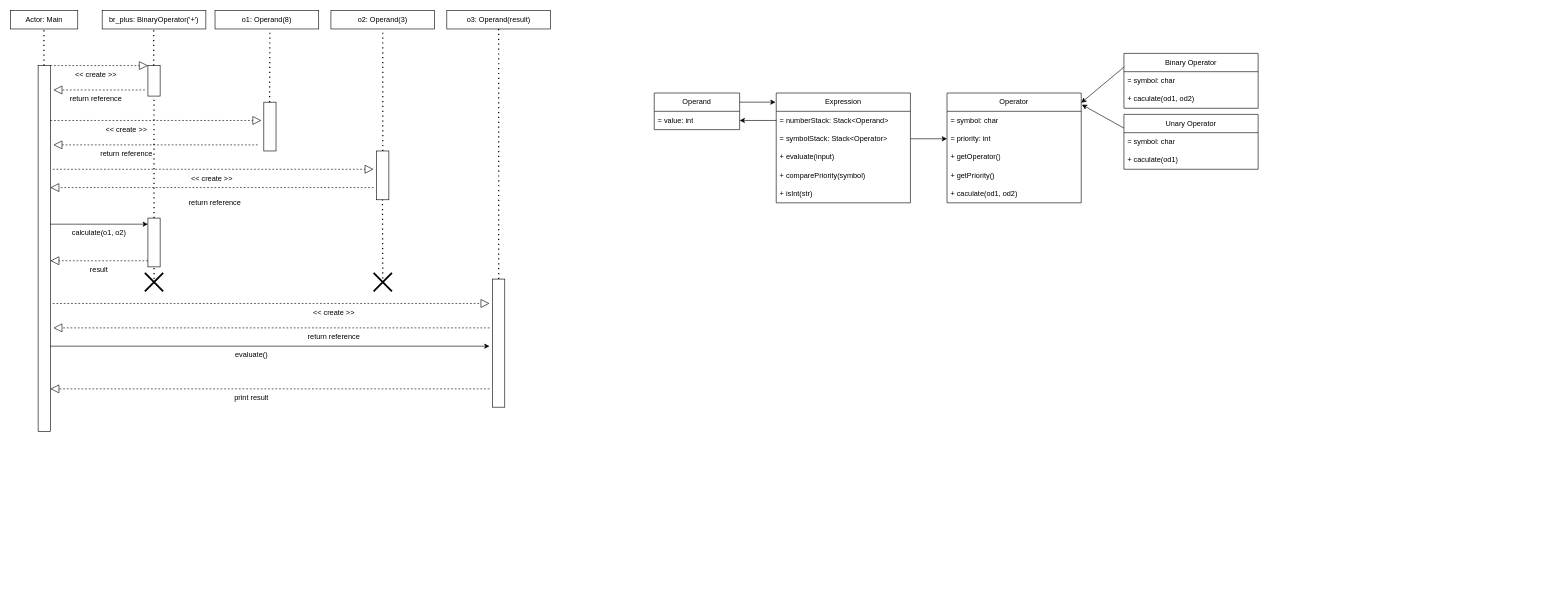
matty-gg/CSE2102-SP24-Lab1-Group19 keeps this draw.io diagram as Lab2/Lab2SequenceDiagram.drawio. Above is the earlier version. Source tidied: cells renumbered, new cells numbered last; positions are measured from the earlier drawing's top-left corner, leaving out a move shared by most shapes. Both pictures are drawn from the tidied source at 61%, with x=0, y=0 at pixel (10, 10).
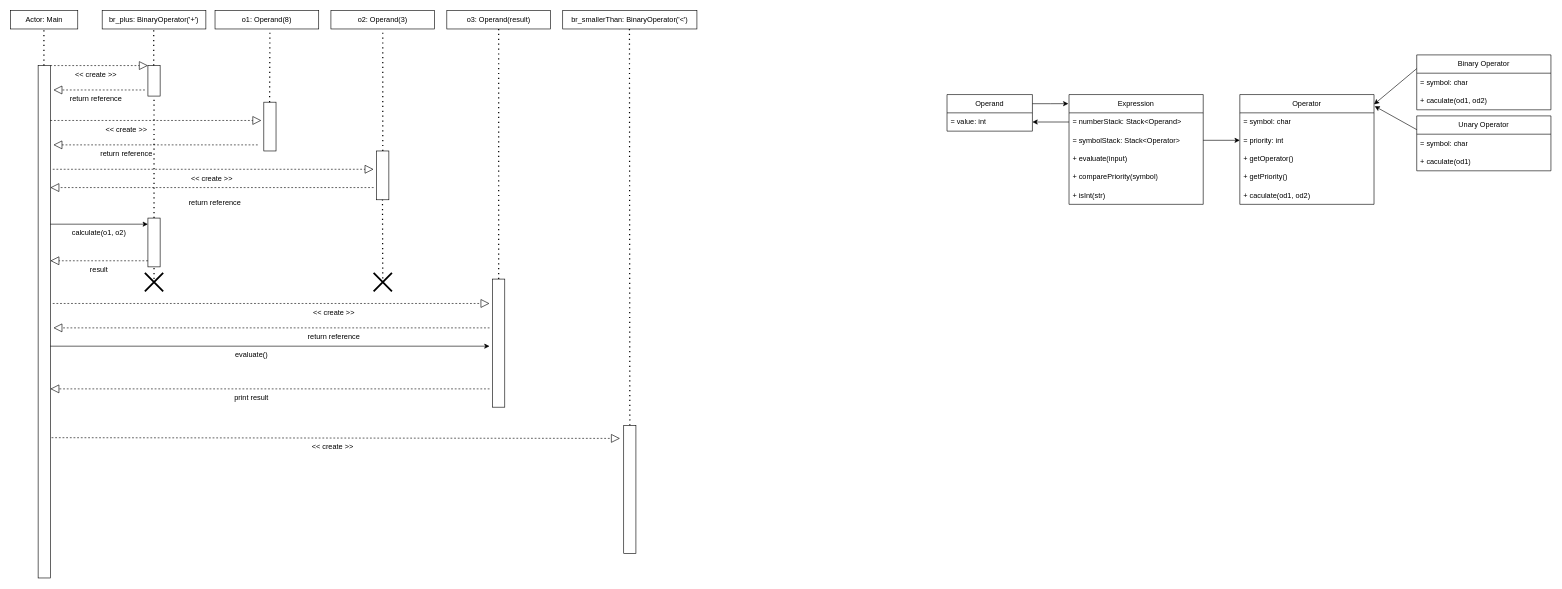
Above is the later version.

The edit, as a diff of the source:
```diff
@@
     <mxCell id="2" style="rounded=0;whiteSpace=wrap;html=1;" parent="1" vertex="1">
-      <mxGeometry x="45" y="90" width="20" height="600" as="geometry" />
+      <mxGeometry x="45" y="90" width="20" height="840" as="geometry" />
     </mxCell>
@@
     <mxCell id="47" value="Expression" style="swimlane;fontStyle=0;horizontal=1;startSize=30;whiteSpace=wrap;html=1;" parent="1" vertex="1">
-      <mxGeometry x="1255" y="135" width="220" height="180" as="geometry" />
+      <mxGeometry x="1735" y="137.5" width="220" height="180" as="geometry" />
     </mxCell>
@@
     <mxCell id="53" value="Operand" style="swimlane;fontStyle=0;horizontal=1;startSize=30;whiteSpace=wrap;html=1;" parent="1" vertex="1">
-      <mxGeometry x="1055" y="135" width="140" height="60" as="geometry" />
+      <mxGeometry x="1535" y="137.5" width="140" height="60" as="geometry" />
     </mxCell>
@@
     <mxCell id="57" value="Operator" style="swimlane;fontStyle=0;horizontal=1;startSize=30;whiteSpace=wrap;html=1;" parent="1" vertex="1">
-      <mxGeometry x="1535" y="135" width="220" height="180" as="geometry" />
+      <mxGeometry x="2015" y="137.5" width="220" height="180" as="geometry" />
     </mxCell>
@@
     <mxCell id="64" value="Binary Operator" style="swimlane;fontStyle=0;horizontal=1;startSize=30;whiteSpace=wrap;html=1;" parent="1" vertex="1">
-      <mxGeometry x="1825" y="70" width="220" height="90" as="geometry" />
+      <mxGeometry x="2305" y="72.5" width="220" height="90" as="geometry" />
     </mxCell>
@@
     <mxCell id="67" value="Unary Operator" style="swimlane;fontStyle=0;horizontal=1;startSize=30;whiteSpace=wrap;html=1;" parent="1" vertex="1">
-      <mxGeometry x="1825" y="170" width="220" height="90" as="geometry" />
+      <mxGeometry x="2305" y="172.5" width="220" height="90" as="geometry" />
     </mxCell>
@@
+    <mxCell id="72" value="br_smallerThan: BinaryOperator('&amp;lt;')" style="rounded=0;whiteSpace=wrap;html=1;" parent="1" vertex="1">
+      <mxGeometry x="905" width="220" height="30" as="geometry" />
+    </mxCell>
+    <mxCell id="73" style="endArrow=none;dashed=1;html=1;dashPattern=1 3;strokeWidth=2;rounded=0;" parent="1" edge="1">
+      <mxGeometry relative="1" as="geometry">
+        <mxPoint x="1015" y="680" as="sourcePoint" />
+        <mxPoint x="1014.4" y="30" as="targetPoint" />
+      </mxGeometry>
+    </mxCell>
+    <mxCell id="74" style="rounded=0;whiteSpace=wrap;html=1;" parent="1" vertex="1">
+      <mxGeometry x="1005" y="680" width="20" height="210" as="geometry" />
+    </mxCell>
+    <mxCell id="75" value="&amp;lt;&amp;lt; create &amp;gt;&amp;gt;" style="text;html=1;align=center;verticalAlign=middle;whiteSpace=wrap;rounded=0;" parent="1" vertex="1">
+      <mxGeometry x="483" y="700" width="90" height="30" as="geometry" />
+    </mxCell>
+    <mxCell id="76" style="endArrow=block;dashed=1;endFill=0;endSize=12;html=1;rounded=0;entryX=-0.306;entryY=0.101;entryDx=0;entryDy=0;entryPerimeter=0;" parent="1" edge="1" target="74">
+      <mxGeometry relative="1" as="geometry">
+        <mxPoint x="67" y="700" as="sourcePoint" />
+      </mxGeometry>
+    </mxCell>
```
